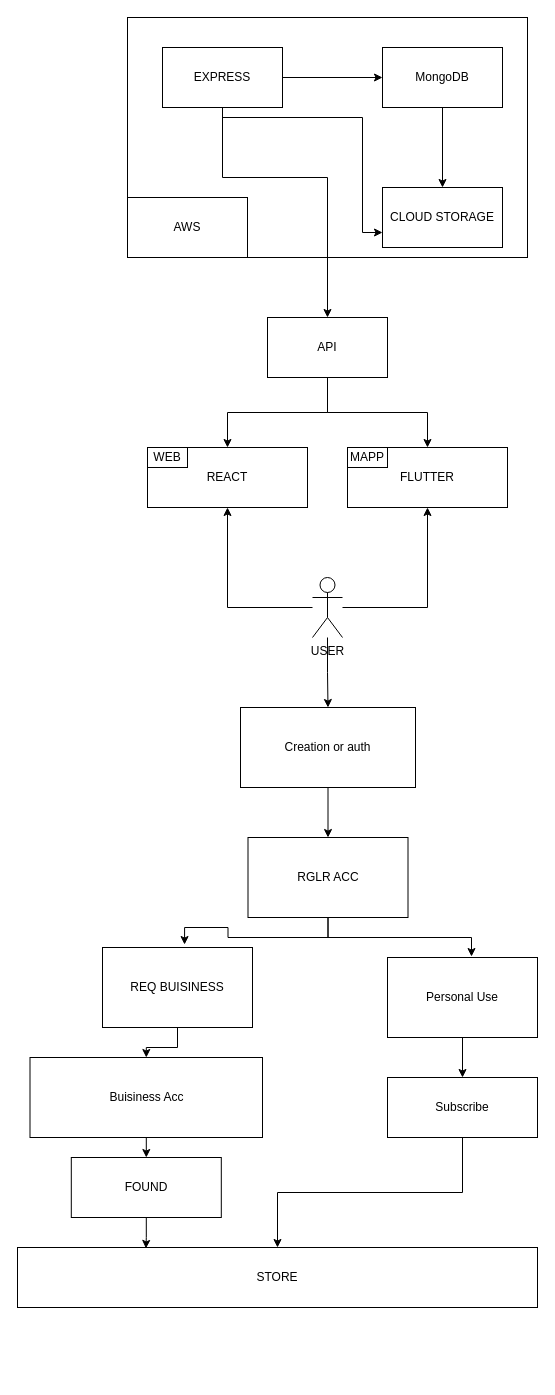
Before: draw.io/Untitled Diagram.drawio in onlymachiavelli/draw.io, a draw.io diagram. Source tidied: cells renumbered, new cells numbered last; positions are measured from the earlier drawing's top-left corner, leaving out a move shared by most shapes. Both pictures are drawn from the tidied source at 100%, with x=0, y=0 at pixel (17, 17).
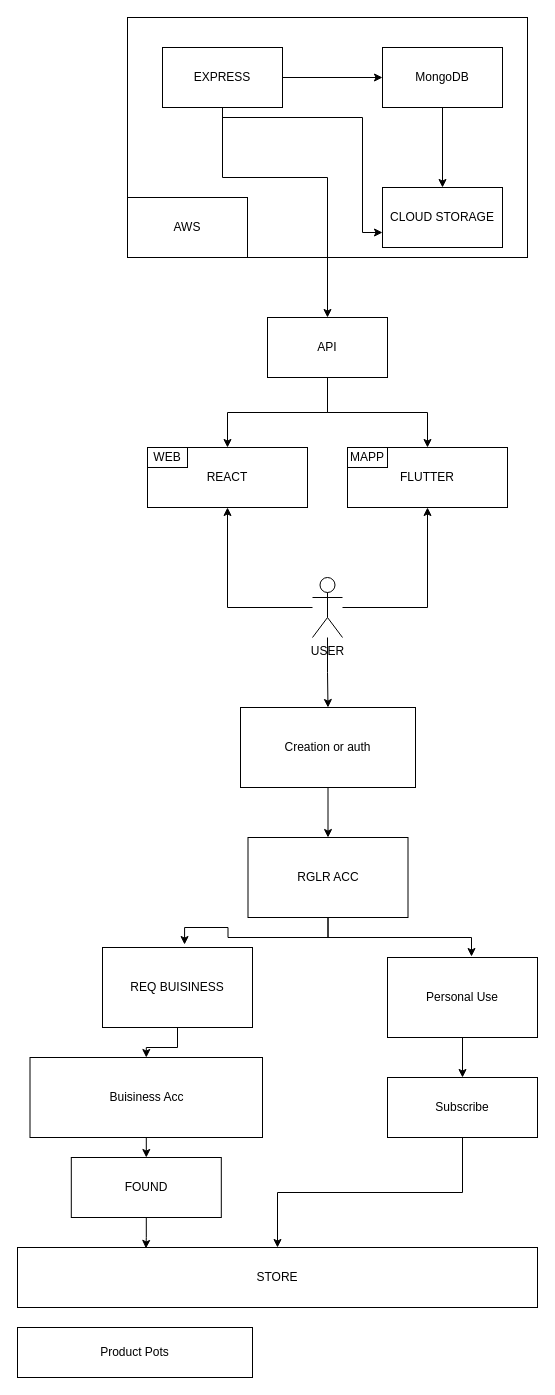
The same diagram, later.

The edit, as a diff of the source:
```diff
@@
+    <mxCell id="38" value="Product Pots" style="rounded=0;whiteSpace=wrap;html=1;" parent="1" vertex="1">
+      <mxGeometry y="1310" width="235" height="50" as="geometry" />
+    </mxCell>
```
